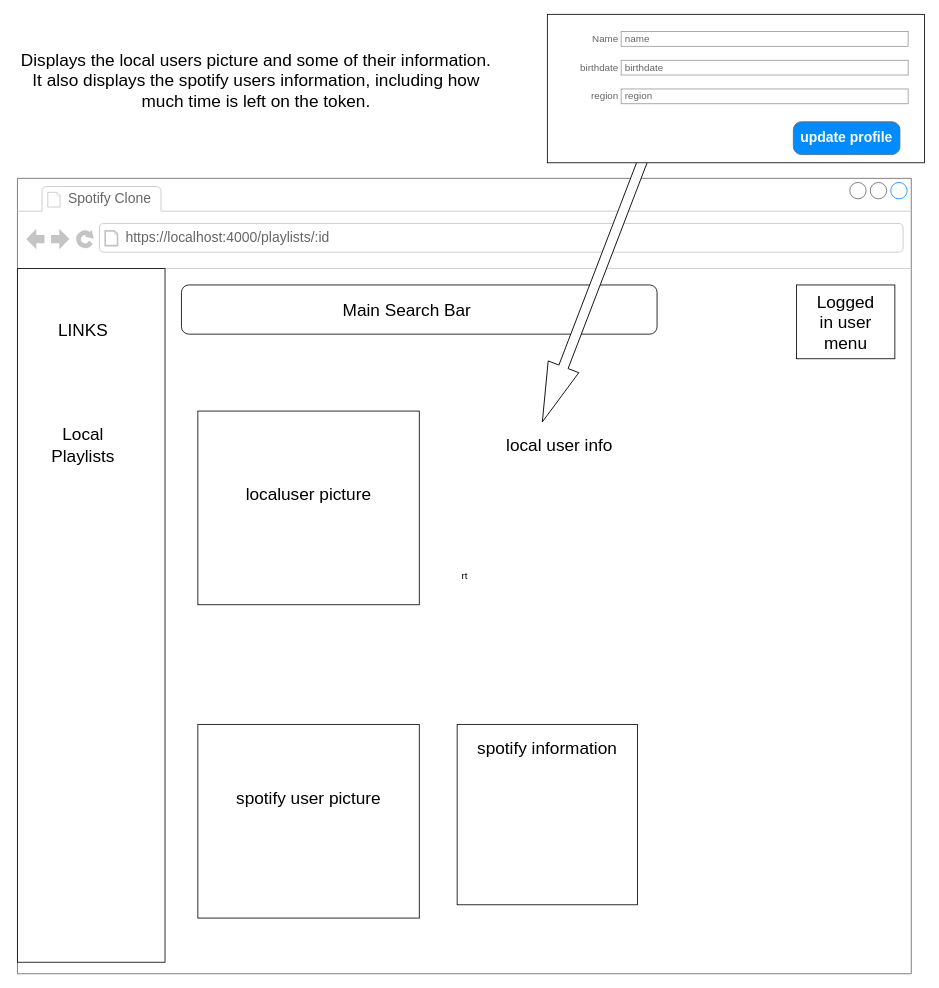
Earlier version of the draw.io diagram wire_frames/profile_wire_frames.drawio (Bambam320/Fakeify). Source tidied: cells renumbered, new cells numbered last; positions are measured from the earlier drawing's top-left corner, leaving out a move shared by most shapes. Both pictures are drawn from the tidied source at 82%, with x=0, y=0 at pixel (-256, 14).
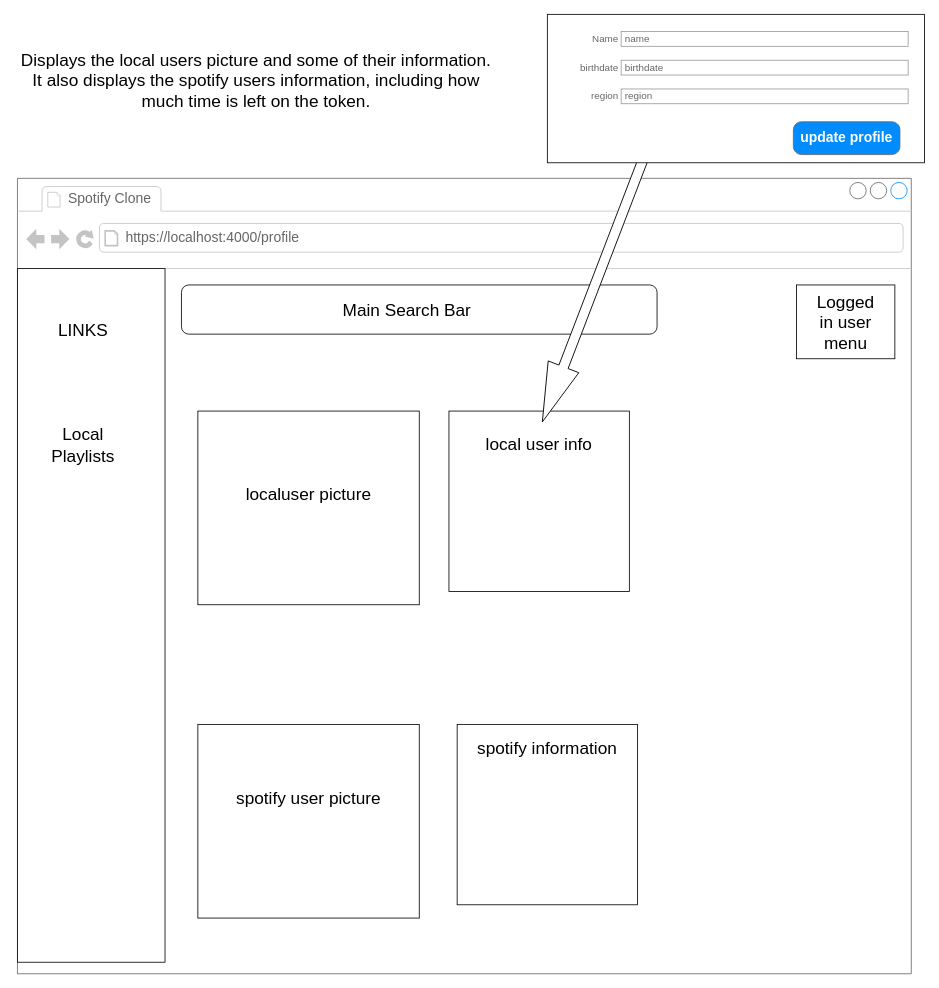
After the change.

The change refers to these unchanged cells:
```xml
<mxCell id="2" value="rt" style="strokeWidth=1;shadow=0;dashed=0;align=center;html=1;shape=mxgraph.mockup.containers.browserWindow;rSize=0;strokeColor=#666666;strokeColor2=#008cff;strokeColor3=#c4c4c4;mainText=,;" parent="1" vertex="1">
  <mxGeometry x="332.8" y="200" width="1090" height="970" as="geometry" />
</mxCell>
```

Change to the diagram source:
```diff
@@
+    <mxCell id="30" style="whiteSpace=wrap;html=1;" parent="2" vertex="1">
+      <mxGeometry x="526.2" y="283.8" width="220" height="220" as="geometry" />
+    </mxCell>
@@
-    <mxCell id="4" value="https://localhost:4000/playlists/:id" style="strokeWidth=1;shadow=0;dashed=0;align=center;html=1;shape=mxgraph.mockup.containers.anchor;rSize=0;fontSize=17;fontColor=#666666;align=left;" parent="2" vertex="1">
+    <mxCell id="4" value="https://localhost:4000/profile" style="strokeWidth=1;shadow=0;dashed=0;align=center;html=1;shape=mxgraph.mockup.containers.anchor;rSize=0;fontSize=17;fontColor=#666666;align=left;" parent="2" vertex="1">
       <mxGeometry x="130" y="60" width="250" height="26" as="geometry" />
     </mxCell>
@@
     <mxCell id="14" value="local user info" style="text;html=1;strokeColor=none;fillColor=none;align=center;verticalAlign=middle;whiteSpace=wrap;rounded=0;fontSize=21;" parent="2" vertex="1">
-      <mxGeometry x="396.2" y="310" width="530" height="30" as="geometry" />
+      <mxGeometry x="371.2" y="309" width="530" height="30" as="geometry" />
     </mxCell>
```
